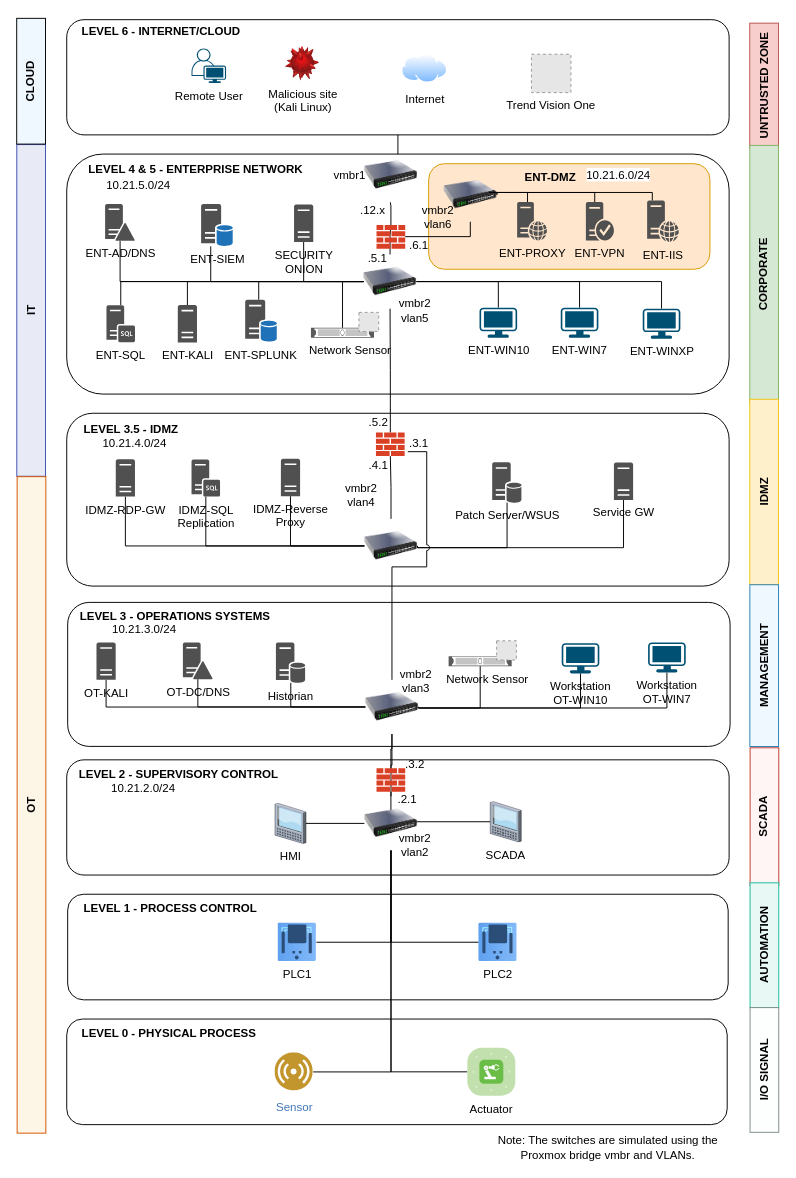
The draw.io diagram architecture_diagram.drawio in jeromet2020/ics-ot-lab, before the edit. Source tidied: cells renumbered, new cells numbered last; positions are measured from the earlier drawing's top-left corner, leaving out a move shared by most shapes. Both pictures are drawn from the tidied source at 96%, with x=0, y=0 at pixel (-298, 16). Pictures stored in the file or linked from it are replaced by grey dashed boxes.
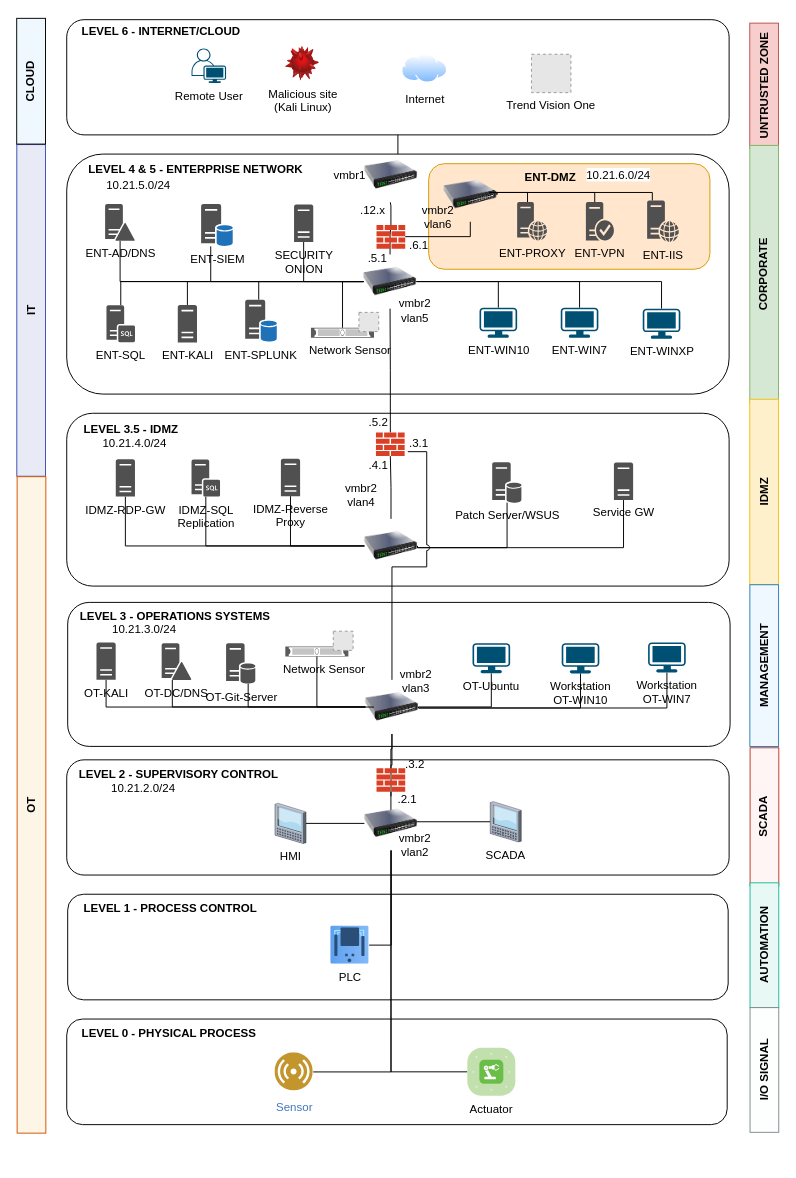
The same page after the edit.

Unchanged cells that the change refers to:
```xml
<mxCell id="69" style="image;html=1;image=img/lib/clip_art/networking/Switch_128x128.png;" parent="1" vertex="1">
  <mxGeometry x="690.1" y="690.7" width="55.3" height="56.4" as="geometry" />
</mxCell>
<mxCell id="74" value="Network Sensor" style="strokeColor=#666666;html=1;labelPosition=center;align=center;spacingLeft=15;shadow=0;dashed=0;outlineConnect=0;shape=mxgraph.rack.general.1u_rack_server;verticalLabelPosition=bottom;verticalAlign=top;" parent="73" vertex="1">
  <mxGeometry y="16" width="65.7" height="10.4" as="geometry" />
</mxCell>
<mxCell id="94" style="image;html=1;image=img/lib/clip_art/networking/Switch_128x128.png;" parent="1" vertex="1">
  <mxGeometry x="689.1" y="812" width="55.3" height="56.4" as="geometry" />
</mxCell>
```

What changed in the source:
```diff
@@
     <mxCell id="62" style="edgeStyle=orthogonalEdgeStyle;rounded=0;jettySize=auto;html=1;entryX=0;entryY=0.5;entryDx=0;entryDy=0;endArrow=none;startFill=0;" parent="1" edge="1" source="63" target="69">
       <mxGeometry relative="1" as="geometry">
         <Array as="points">
-          <mxPoint x="516" y="718" />
+          <mxPoint x="489" y="719" />
         </Array>
       </mxGeometry>
     </mxCell>
     <mxCell id="63" value="OT-DC/&lt;span style=&quot;background-color: transparent; color: light-dark(rgb(0, 0, 0), rgb(255, 255, 255));&quot;&gt;DNS&lt;/span&gt;" style="sketch=0;shadow=0;dashed=0;html=1;strokeColor=none;fillColor=#505050;labelPosition=center;verticalLabelPosition=bottom;verticalAlign=top;outlineConnect=0;align=center;shape=mxgraph.office.servers.domain_controller;" parent="1" vertex="1">
-      <mxGeometry x="500" y="651.7" width="31.1" height="38.3" as="geometry" />
+      <mxGeometry x="477.9" y="652.5" width="31.1" height="38.3" as="geometry" />
     </mxCell>
     <mxCell id="64" style="edgeStyle=orthogonalEdgeStyle;rounded=0;jettySize=auto;html=1;entryX=0;entryY=0.5;entryDx=0;entryDy=0;endArrow=none;startFill=0;" parent="1" edge="1" source="65" target="69">
       <mxGeometry relative="1" as="geometry">
         <Array as="points">
-          <mxPoint x="612" y="718" />
+          <mxPoint x="568" y="719" />
         </Array>
       </mxGeometry>
     </mxCell>
-    <mxCell id="65" value="Historian" style="sketch=0;shadow=0;dashed=0;html=1;strokeColor=none;fillColor=#505050;labelPosition=center;verticalLabelPosition=bottom;verticalAlign=top;outlineConnect=0;align=center;shape=mxgraph.office.servers.database_server;" parent="1" vertex="1">
-      <mxGeometry x="596.9" y="651.7" width="31" height="42" as="geometry" />
+    <mxCell id="65" value="OT-Git-Server" style="sketch=0;shadow=0;dashed=0;html=1;strokeColor=none;fillColor=#505050;labelPosition=center;verticalLabelPosition=bottom;verticalAlign=top;outlineConnect=0;align=center;shape=mxgraph.office.servers.database_server;" parent="1" vertex="1">
+      <mxGeometry x="545" y="652.5" width="31" height="42" as="geometry" />
     </mxCell>
@@
     <mxCell id="73" style="group;" parent="1" vertex="1">
-      <mxGeometry x="776.8" y="650" width="70.6" height="26.5" as="geometry" />
+      <mxGeometry x="606.7" y="640" width="70.6" height="26.5" as="geometry" />
     </mxCell>
@@
-    <mxCell id="76" style="edgeStyle=orthogonalEdgeStyle;rounded=0;jettySize=auto;html=1;entryX=1;entryY=0.5;entryDx=0;entryDy=0;endArrow=none;startFill=0;" parent="1" edge="1" source="74" target="69">
+    <mxCell id="76" style="edgeStyle=orthogonalEdgeStyle;rounded=0;jettySize=auto;html=1;endArrow=none;startFill=0;" parent="1" edge="1" source="74">
       <mxGeometry relative="1" as="geometry">
+        <mxPoint x="699" y="719" as="targetPoint" />
         <Array as="points">
-          <mxPoint x="810" y="720" />
+          <mxPoint x="640" y="719" />
         </Array>
       </mxGeometry>
     </mxCell>
@@
-    <mxCell id="87" style="edgeStyle=orthogonalEdgeStyle;rounded=0;jettySize=auto;html=1;entryX=0.5;entryY=1;entryDx=0;entryDy=0;endArrow=none;startFill=0;" parent="1" edge="1" source="88" target="94">
-      <mxGeometry relative="1" as="geometry" />
-    </mxCell>
-    <mxCell id="88" value="PLC2" style="image;html=1;points=[];align=center;fontSize=12;image=img/lib/azure2/other/Defender_PLC.svg;" parent="1" vertex="1">
-      <mxGeometry x="808.2" y="944" width="40" height="40" as="geometry" />
-    </mxCell>
     <mxCell id="89" style="edgeStyle=orthogonalEdgeStyle;rounded=0;jettySize=auto;html=1;endArrow=none;startFill=0;" parent="1" edge="1" source="90" target="94">
-      <mxGeometry relative="1" as="geometry" />
+      <mxGeometry relative="1" as="geometry">
+        <Array as="points">
+          <mxPoint x="717" y="967" />
+        </Array>
+      </mxGeometry>
     </mxCell>
-    <mxCell id="90" value="PLC1" style="image;html=1;points=[];align=center;fontSize=12;image=img/lib/azure2/other/Defender_PLC.svg;" parent="1" vertex="1">
-      <mxGeometry x="599.1" y="944" width="40" height="40" as="geometry" />
+    <mxCell id="90" value="PLC" style="image;html=1;points=[];align=center;fontSize=12;image=img/lib/azure2/other/Defender_PLC.svg;" parent="1" vertex="1">
+      <mxGeometry x="654" y="947" width="40" height="40" as="geometry" />
     </mxCell>
@@
-    <mxCell id="114" value="Note: The switches are simulated using the Proxmox bridge vmbr and VLANs." style="text;html=1;align=center;verticalAlign=middle;whiteSpace=wrap;rounded=0;" parent="1" vertex="1">
-      <mxGeometry x="809" y="1163" width="267.6" height="30" as="geometry" />
-    </mxCell>
@@
+    <mxCell id="135" style="edgeStyle=orthogonalEdgeStyle;rounded=0;jettySize=auto;html=1;endArrow=none;endFill=0;entryX=1;entryY=0.5;entryDx=0;entryDy=0;" parent="1" edge="1" source="136" target="69">
+      <mxGeometry relative="1" as="geometry">
+        <Array as="points">
+          <mxPoint x="821" y="719" />
+        </Array>
+      </mxGeometry>
+    </mxCell>
+    <mxCell id="136" value="OT-Ubuntu" style="points=[[0.03,0.03,0],[0.5,0,0],[0.97,0.03,0],[1,0.4,0],[0.97,0.745,0],[0.5,1,0],[0.03,0.745,0],[0,0.4,0]];verticalLabelPosition=bottom;sketch=0;html=1;verticalAlign=top;align=center;shape=mxgraph.cisco19.workstation;fillColor=#005073;strokeColor=none;" parent="1" vertex="1">
+      <mxGeometry x="801.7" y="652.5" width="39.2" height="31.4" as="geometry" />
+    </mxCell>
```
